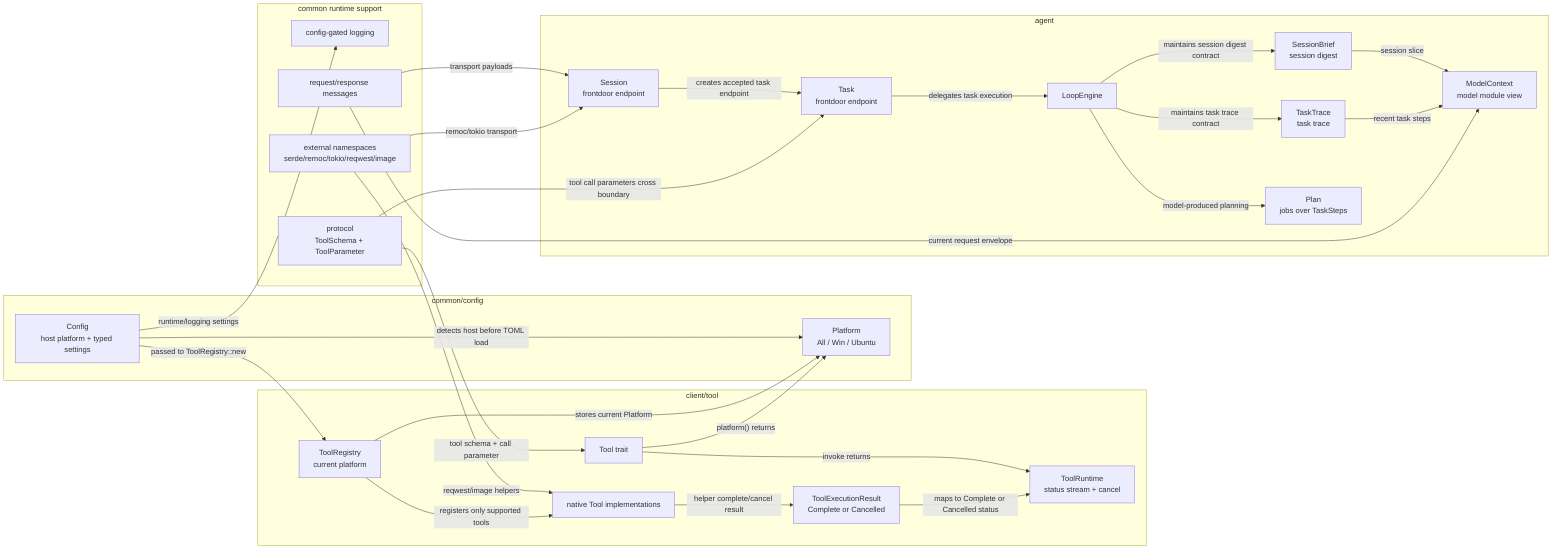
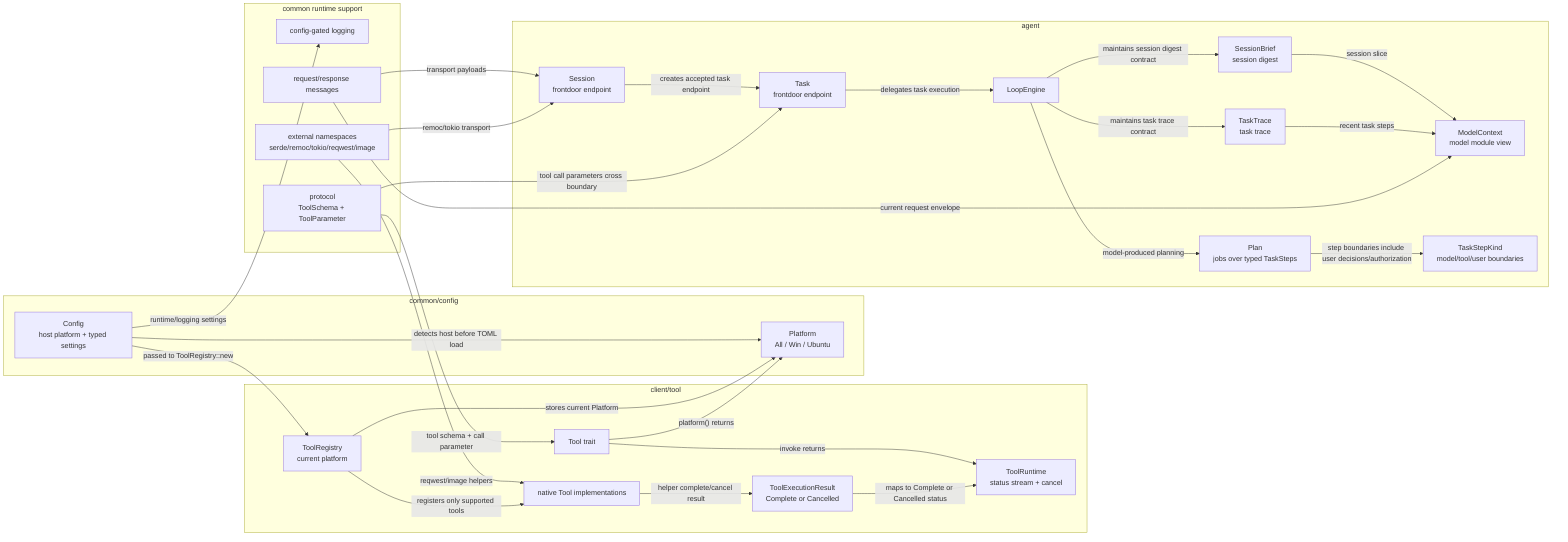
flowchart LR
  subgraph common_config["common/config"]
    Config["Config\nhost platform + typed settings"]
    Platform["Platform\nAll / Win / Ubuntu"]
  end
  subgraph common_runtime["common runtime support"]
    Logging["config-gated logging"]
    Messages["request/response messages"]
    ExternalNamespaces["external namespaces\nserde/remoc/tokio/reqwest/image"]
    ToolProtocol["protocol\nToolSchema + ToolParameter"]
  end
  subgraph client_tool["client/tool"]
    ToolRegistry["ToolRegistry\ncurrent platform"]
    ToolTrait["Tool trait"]
    ToolRuntime["ToolRuntime\nstatus stream + cancel"]
    ToolExecutionResult["ToolExecutionResult<T>\nComplete or Cancelled"]
    NativeTools["native Tool implementations"]
  end
  subgraph agent_runtime["agent"]
    Session["Session\nfrontdoor endpoint"]
    Task["Task\nfrontdoor endpoint"]
    LoopEngine["LoopEngine"]
    SessionBrief["SessionBrief\nsession digest"]
    TaskTrace["TaskTrace\ntask trace"]
    ModelContext["ModelContext\nmodel module view"]
-     Plan["Plan\njobs over TaskSteps"]
+     Plan["Plan\njobs over typed TaskSteps"]
+     TaskStepKind["TaskStepKind\nmodel/tool/user boundaries"]
  end

  Config -->|"detects host before TOML load"| Platform
  Config -->|"runtime/logging settings"| Logging
  Messages -->|"transport payloads"| Session
  ExternalNamespaces -->|"remoc/tokio transport"| Session
  ExternalNamespaces -->|"reqwest/image helpers"| NativeTools
  Config -->|"passed to ToolRegistry::new"| ToolRegistry
  ToolRegistry -->|"stores current Platform"| Platform
  ToolTrait -->|"platform() returns"| Platform
  ToolTrait -->|"invoke returns"| ToolRuntime
  NativeTools -->|"helper complete/cancel result"| ToolExecutionResult
  ToolExecutionResult -->|"maps to Complete or Cancelled status"| ToolRuntime
  ToolRegistry -->|"registers only supported tools"| NativeTools
  Session -->|"creates accepted task endpoint"| Task
  Task -->|"delegates task execution"| LoopEngine
  LoopEngine -->|"maintains session digest contract"| SessionBrief
  LoopEngine -->|"maintains task trace contract"| TaskTrace
  SessionBrief -->|"session slice"| ModelContext
  TaskTrace -->|"recent task steps"| ModelContext
  Messages -->|"current request envelope"| ModelContext
  ToolProtocol -->|"tool schema + call parameter"| ToolTrait
  ToolProtocol -->|"tool call parameters cross boundary"| Task
  LoopEngine -->|"model-produced planning"| Plan
+   Plan -->|"step boundaries include user decisions/authorization"| TaskStepKind
